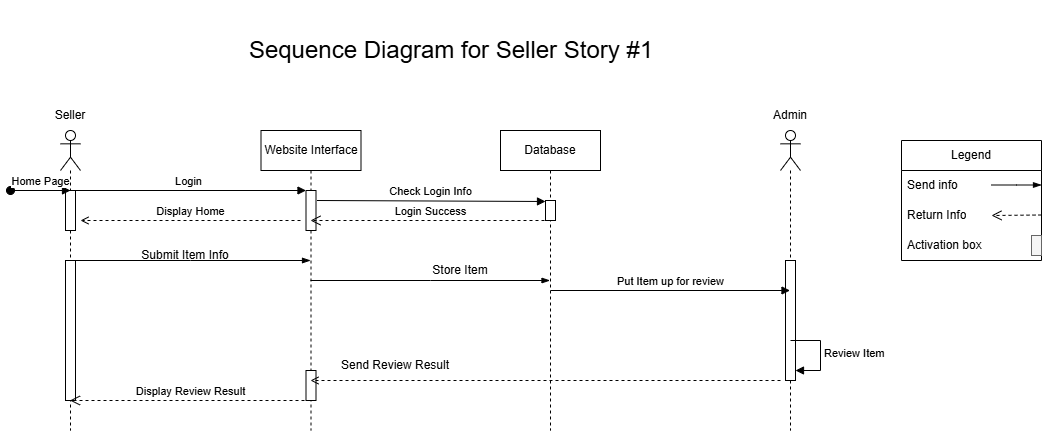
Earlier version of the draw.io export Diagrams/Seller1Sequence.png (Njscott03/IntroSE2025). Source tidied: cells renumbered, new cells last; positions are measured from the earlier drawing's top-left corner, leaving out a move shared by most shapes. Its diagram source:
```xml
<mxGraphModel>
  <root>
    <mxCell id="0" />
    <mxCell id="1" parent="0" />
    <mxCell id="2" style="shape=umlLifeline;perimeter=lifelinePerimeter;whiteSpace=wrap;html=1;outlineConnect=0;portConstraint=eastwest;newEdgeStyle={&quot;curved&quot;:0,&quot;rounded&quot;:0};participant=umlActor;" parent="1" vertex="1">
      <mxGeometry x="50" y="130" width="20" height="300" as="geometry" />
    </mxCell>
    <mxCell id="3" style="html=1;perimeter=orthogonalPerimeter;targetShapes=umlLifeline;newEdgeStyle={&quot;curved&quot;:0,&quot;rounded&quot;:0};" parent="2" vertex="1">
      <mxGeometry x="5" y="60" width="10" height="40" as="geometry" />
    </mxCell>
    <mxCell id="4" style="html=1;perimeter=orthogonalPerimeter;targetShapes=umlLifeline;newEdgeStyle={&quot;curved&quot;:0,&quot;rounded&quot;:0};" parent="2" vertex="1">
      <mxGeometry x="5" y="130" width="10" height="140" as="geometry" />
    </mxCell>
    <mxCell id="5" value="Website Interface" style="shape=umlLifeline;perimeter=lifelinePerimeter;whiteSpace=wrap;html=1;outlineConnect=0;portConstraint=eastwest;newEdgeStyle={&quot;edgeStyle&quot;:&quot;elbowEdgeStyle&quot;,&quot;elbow&quot;:&quot;vertical&quot;,&quot;curved&quot;:0,&quot;rounded&quot;:0};" parent="1" vertex="1">
      <mxGeometry x="250.5" y="130" width="100" height="300" as="geometry" />
    </mxCell>
    <mxCell id="6" style="html=1;perimeter=orthogonalPerimeter;targetShapes=umlLifeline;newEdgeStyle={&quot;curved&quot;:0,&quot;rounded&quot;:0};" parent="5" vertex="1">
      <mxGeometry x="45" y="60" width="10" height="40" as="geometry" />
    </mxCell>
    <mxCell id="7" style="html=1;perimeter=orthogonalPerimeter;targetShapes=umlLifeline;newEdgeStyle={&quot;curved&quot;:0,&quot;rounded&quot;:0};" parent="5" vertex="1">
      <mxGeometry x="45" y="240" width="10" height="30" as="geometry" />
    </mxCell>
    <mxCell id="8" value="Database" style="shape=umlLifeline;perimeter=lifelinePerimeter;whiteSpace=wrap;html=1;outlineConnect=0;portConstraint=eastwest;newEdgeStyle={&quot;edgeStyle&quot;:&quot;elbowEdgeStyle&quot;,&quot;elbow&quot;:&quot;vertical&quot;,&quot;curved&quot;:0,&quot;rounded&quot;:0};" parent="1" vertex="1">
      <mxGeometry x="490" y="130" width="100" height="300" as="geometry" />
    </mxCell>
    <mxCell id="9" style="html=1;perimeter=orthogonalPerimeter;targetShapes=umlLifeline;newEdgeStyle={&quot;curved&quot;:0,&quot;rounded&quot;:0};" parent="8" vertex="1">
      <mxGeometry x="45" y="70" width="10" height="20" as="geometry" />
    </mxCell>
    <mxCell id="10" style="shape=umlLifeline;perimeter=lifelinePerimeter;whiteSpace=wrap;html=1;outlineConnect=0;portConstraint=eastwest;newEdgeStyle={&quot;curved&quot;:0,&quot;rounded&quot;:0};participant=umlActor;" parent="1" vertex="1">
      <mxGeometry x="770" y="130" width="20" height="300" as="geometry" />
    </mxCell>
    <mxCell id="11" style="html=1;perimeter=orthogonalPerimeter;targetShapes=umlLifeline;newEdgeStyle={&quot;curved&quot;:0,&quot;rounded&quot;:0};" parent="10" vertex="1">
      <mxGeometry x="5" y="130" width="10" height="120" as="geometry" />
    </mxCell>
    <mxCell id="12" value="Seller" style="text;html=1;align=center;verticalAlign=middle;whiteSpace=wrap;rounded=0;" parent="1" vertex="1">
      <mxGeometry x="30" y="100" width="60" height="30" as="geometry" />
    </mxCell>
    <mxCell id="13" value="Admin" style="text;html=1;align=center;verticalAlign=middle;whiteSpace=wrap;rounded=0;" parent="1" vertex="1">
      <mxGeometry x="750" y="100" width="60" height="30" as="geometry" />
    </mxCell>
    <mxCell id="14" value="Check Login Info" style="html=1;verticalAlign=bottom;endArrow=block;curved=0;rounded=0;exitX=1.1;exitY=0.467;exitDx=0;exitDy=0;exitPerimeter=0;entryX=0;entryY=0;entryDx=0;entryDy=5;entryPerimeter=0;" parent="1" edge="1">
      <mxGeometry relative="1" as="geometry">
        <mxPoint x="306.5" y="200" as="sourcePoint" />
        <mxPoint x="535" y="201" as="targetPoint" />
      </mxGeometry>
    </mxCell>
    <mxCell id="15" value="Login" style="html=1;verticalAlign=bottom;endArrow=block;curved=0;rounded=0;" parent="1" edge="1" source="2">
      <mxGeometry relative="1" as="geometry">
        <mxPoint x="295.5" y="190" as="targetPoint" />
      </mxGeometry>
    </mxCell>
    <mxCell id="16" value="Display Home" style="html=1;verticalAlign=bottom;endArrow=open;dashed=1;curved=0;rounded=0;" parent="1" edge="1">
      <mxGeometry relative="1" as="geometry">
        <mxPoint x="290" y="220" as="sourcePoint" />
        <mxPoint x="70" y="220" as="targetPoint" />
      </mxGeometry>
    </mxCell>
    <mxCell id="17" value="Login Success" style="html=1;verticalAlign=bottom;endArrow=open;dashed=1;endSize=8;curved=0;rounded=0;" parent="1" edge="1" target="5">
      <mxGeometry relative="1" as="geometry">
        <mxPoint x="540" y="220" as="sourcePoint" />
      </mxGeometry>
    </mxCell>
    <mxCell id="18" style="edgeStyle=elbowEdgeStyle;fontSize=12;html=1;endArrow=blockThin;endFill=1;rounded=0;" parent="1" edge="1">
      <mxGeometry relative="1" as="geometry">
        <mxPoint x="60" y="260" as="sourcePoint" />
        <mxPoint x="300" y="260" as="targetPoint" />
      </mxGeometry>
    </mxCell>
    <mxCell id="19" value="Review Item" style="html=1;align=left;spacingLeft=2;endArrow=block;rounded=0;edgeStyle=orthogonalEdgeStyle;curved=0;rounded=0;" parent="1" edge="1">
      <mxGeometry relative="1" as="geometry">
        <mxPoint x="780" y="340" as="sourcePoint" />
        <mxPoint x="785" y="370" as="targetPoint" />
        <Array as="points">
          <mxPoint x="810" y="370" />
        </Array>
      </mxGeometry>
    </mxCell>
    <mxCell id="20" style="endArrow=open;html=1;rounded=0;dashed=1;strokeColor=default;align=center;verticalAlign=bottom;fontFamily=Helvetica;fontSize=11;fontColor=default;labelBackgroundColor=default;curved=0;" parent="1" edge="1" target="5">
      <mxGeometry relative="1" as="geometry">
        <mxPoint x="770" y="380" as="sourcePoint" />
      </mxGeometry>
    </mxCell>
    <mxCell id="21" value="Send Review Result" style="text;html=1;align=center;verticalAlign=middle;whiteSpace=wrap;rounded=0;" parent="1" vertex="1">
      <mxGeometry x="320" y="350" width="130" height="30" as="geometry" />
    </mxCell>
    <mxCell id="22" value="Display Review Result" style="html=1;verticalAlign=bottom;endArrow=open;dashed=1;endSize=8;curved=0;rounded=0;" parent="1" edge="1" target="2">
      <mxGeometry relative="1" as="geometry">
        <mxPoint x="300" y="400" as="sourcePoint" />
      </mxGeometry>
    </mxCell>
    <mxCell id="23" value="&lt;font style=&quot;font-size: 24px;&quot;&gt;Sequence Diagram for Seller Story #1&lt;/font&gt;" style="text;html=1;align=center;verticalAlign=middle;whiteSpace=wrap;rounded=0;" parent="1" vertex="1">
      <mxGeometry x="190.5" width="499.5" height="100" as="geometry" />
    </mxCell>
    <mxCell id="24" value="Legend" style="swimlane;fontStyle=0;horizontal=1;startSize=30;whiteSpace=wrap;html=1;" parent="1" vertex="1">
      <mxGeometry x="891" y="140" width="140" height="120" as="geometry" />
    </mxCell>
    <mxCell id="25" value="Send info" style="text;strokeColor=none;fillColor=none;align=left;verticalAlign=middle;spacingLeft=4;spacingRight=4;overflow=hidden;whiteSpace=wrap;html=1;" parent="24" vertex="1">
      <mxGeometry y="30" width="140" height="30" as="geometry" />
    </mxCell>
    <mxCell id="26" style="edgeStyle=elbowEdgeStyle;fontSize=12;html=1;endArrow=blockThin;endFill=1;rounded=0;" parent="24" edge="1">
      <mxGeometry relative="1" as="geometry">
        <mxPoint x="90" y="44.5" as="sourcePoint" />
        <mxPoint x="140" y="44.5" as="targetPoint" />
      </mxGeometry>
    </mxCell>
    <mxCell id="27" value="Return Info" style="text;strokeColor=none;fillColor=none;align=left;verticalAlign=middle;spacingLeft=4;spacingRight=4;overflow=hidden;whiteSpace=wrap;html=1;" parent="24" vertex="1">
      <mxGeometry y="60" width="140" height="30" as="geometry" />
    </mxCell>
    <mxCell id="28" style="html=1;verticalAlign=bottom;endArrow=open;dashed=1;endSize=8;curved=0;rounded=0;" parent="24" edge="1">
      <mxGeometry relative="1" as="geometry">
        <mxPoint x="140" y="74.5" as="sourcePoint" />
        <mxPoint x="90" y="75" as="targetPoint" />
      </mxGeometry>
    </mxCell>
    <mxCell id="29" value="Activation box" style="text;strokeColor=none;fillColor=none;align=left;verticalAlign=middle;spacingLeft=4;spacingRight=4;overflow=hidden;whiteSpace=wrap;html=1;" parent="24" vertex="1">
      <mxGeometry y="90" width="140" height="30" as="geometry" />
    </mxCell>
    <mxCell id="30" style="html=1;perimeter=orthogonalPerimeter;targetShapes=umlLifeline;newEdgeStyle={&quot;curved&quot;:0,&quot;rounded&quot;:0};fillColor=#f5f5f5;fontColor=#333333;strokeColor=#666666;" parent="1" vertex="1">
      <mxGeometry x="1021" y="235" width="10" height="20" as="geometry" />
    </mxCell>
    <mxCell id="31" value="Submit Item Info" style="text;html=1;align=center;verticalAlign=middle;whiteSpace=wrap;rounded=0;" parent="1" vertex="1">
      <mxGeometry x="120" y="250" width="110" height="10" as="geometry" />
    </mxCell>
    <mxCell id="32" style="edgeStyle=elbowEdgeStyle;fontSize=12;html=1;endArrow=blockThin;endFill=1;rounded=0;" parent="1" edge="1" source="5" target="8">
      <mxGeometry relative="1" as="geometry" />
    </mxCell>
    <mxCell id="33" value="Store Item" style="text;html=1;align=center;verticalAlign=middle;whiteSpace=wrap;rounded=0;" parent="1" vertex="1">
      <mxGeometry x="390" y="260" width="120" height="20" as="geometry" />
    </mxCell>
    <mxCell id="34" value="Put Item up for review" style="html=1;verticalAlign=bottom;endArrow=block;curved=0;rounded=0;" parent="1" edge="1" target="10">
      <mxGeometry relative="1" as="geometry">
        <mxPoint x="540" y="290" as="sourcePoint" />
      </mxGeometry>
    </mxCell>
    <mxCell id="35" value="Home Page" style="html=1;verticalAlign=bottom;startArrow=oval;startFill=1;endArrow=block;startSize=8;curved=0;rounded=0;" parent="1" edge="1">
      <mxGeometry relative="1" as="geometry">
        <mxPoint y="190" as="sourcePoint" />
        <mxPoint x="60" y="190" as="targetPoint" />
      </mxGeometry>
    </mxCell>
  </root>
</mxGraphModel>
```
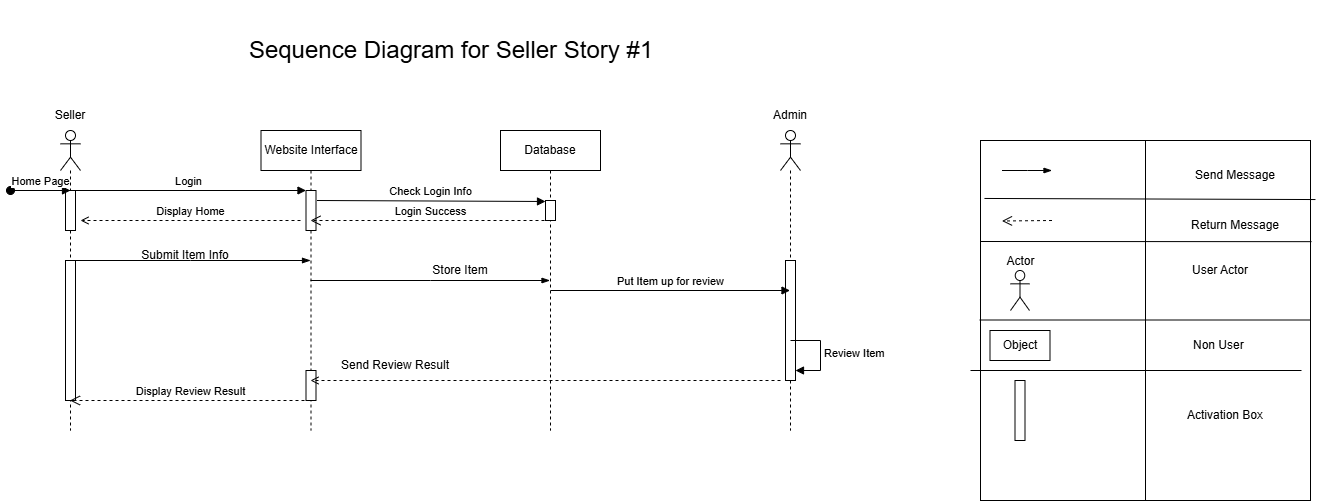
The same file after the commit.

Commit message:
#5: Eddited Sequence and Activity diagrams for Seller Story 1 to have legend.

The edit, as a diff of the source:
```diff
@@ -91,33 +91,6 @@
     <mxCell id="23" value="&lt;font style=&quot;font-size: 24px;&quot;&gt;Sequence Diagram for Seller Story #1&lt;/font&gt;" style="text;html=1;align=center;verticalAlign=middle;whiteSpace=wrap;rounded=0;" parent="1" vertex="1">
       <mxGeometry x="190.5" width="499.5" height="100" as="geometry" />
     </mxCell>
-    <mxCell id="24" value="Legend" style="swimlane;fontStyle=0;horizontal=1;startSize=30;whiteSpace=wrap;html=1;" parent="1" vertex="1">
-      <mxGeometry x="891" y="140" width="140" height="120" as="geometry" />
-    </mxCell>
-    <mxCell id="25" value="Send info" style="text;strokeColor=none;fillColor=none;align=left;verticalAlign=middle;spacingLeft=4;spacingRight=4;overflow=hidden;whiteSpace=wrap;html=1;" parent="24" vertex="1">
-      <mxGeometry y="30" width="140" height="30" as="geometry" />
-    </mxCell>
-    <mxCell id="26" style="edgeStyle=elbowEdgeStyle;fontSize=12;html=1;endArrow=blockThin;endFill=1;rounded=0;" parent="24" edge="1">
-      <mxGeometry relative="1" as="geometry">
-        <mxPoint x="90" y="44.5" as="sourcePoint" />
-        <mxPoint x="140" y="44.5" as="targetPoint" />
-      </mxGeometry>
-    </mxCell>
-    <mxCell id="27" value="Return Info" style="text;strokeColor=none;fillColor=none;align=left;verticalAlign=middle;spacingLeft=4;spacingRight=4;overflow=hidden;whiteSpace=wrap;html=1;" parent="24" vertex="1">
-      <mxGeometry y="60" width="140" height="30" as="geometry" />
-    </mxCell>
-    <mxCell id="28" style="html=1;verticalAlign=bottom;endArrow=open;dashed=1;endSize=8;curved=0;rounded=0;" parent="24" edge="1">
-      <mxGeometry relative="1" as="geometry">
-        <mxPoint x="140" y="74.5" as="sourcePoint" />
-        <mxPoint x="90" y="75" as="targetPoint" />
-      </mxGeometry>
-    </mxCell>
-    <mxCell id="29" value="Activation box" style="text;strokeColor=none;fillColor=none;align=left;verticalAlign=middle;spacingLeft=4;spacingRight=4;overflow=hidden;whiteSpace=wrap;html=1;" parent="24" vertex="1">
-      <mxGeometry y="90" width="140" height="30" as="geometry" />
-    </mxCell>
-    <mxCell id="30" style="html=1;perimeter=orthogonalPerimeter;targetShapes=umlLifeline;newEdgeStyle={&quot;curved&quot;:0,&quot;rounded&quot;:0};fillColor=#f5f5f5;fontColor=#333333;strokeColor=#666666;" parent="1" vertex="1">
-      <mxGeometry x="1021" y="235" width="10" height="20" as="geometry" />
-    </mxCell>
     <mxCell id="31" value="Submit Item Info" style="text;html=1;align=center;verticalAlign=middle;whiteSpace=wrap;rounded=0;" parent="1" vertex="1">
       <mxGeometry x="120" y="250" width="110" height="10" as="geometry" />
     </mxCell>
@@ -138,5 +111,67 @@
         <mxPoint x="60" y="190" as="targetPoint" />
       </mxGeometry>
     </mxCell>
+    <mxCell id="36" style="rounded=0;whiteSpace=wrap;html=1;" parent="1" vertex="1">
+      <mxGeometry x="970" y="140" width="330" height="360" as="geometry" />
+    </mxCell>
+    <mxCell id="26" style="edgeStyle=elbowEdgeStyle;fontSize=12;html=1;endArrow=blockThin;endFill=1;rounded=0;" parent="1" edge="1">
+      <mxGeometry relative="1" as="geometry">
+        <mxPoint x="991.5" y="170" as="sourcePoint" />
+        <mxPoint x="1041.5" y="170" as="targetPoint" />
+      </mxGeometry>
+    </mxCell>
+    <mxCell id="37" value="Send Message" style="text;html=1;align=center;verticalAlign=middle;whiteSpace=wrap;rounded=0;" parent="1" vertex="1">
+      <mxGeometry x="1180" y="160" width="90" height="30" as="geometry" />
+    </mxCell>
+    <mxCell id="38" style="html=1;verticalAlign=bottom;endArrow=open;dashed=1;endSize=8;curved=0;rounded=0;" parent="1" edge="1">
+      <mxGeometry relative="1" as="geometry">
+        <mxPoint x="1041.5" y="220" as="sourcePoint" />
+        <mxPoint x="991.5" y="220.5" as="targetPoint" />
+      </mxGeometry>
+    </mxCell>
+    <mxCell id="39" value="Return Message" style="text;html=1;align=center;verticalAlign=middle;whiteSpace=wrap;rounded=0;" parent="1" vertex="1">
+      <mxGeometry x="1170" y="210" width="110" height="30" as="geometry" />
+    </mxCell>
+    <mxCell id="40" value="Actor" style="shape=umlActor;verticalLabelPosition=top;verticalAlign=bottom;html=1;labelPosition=center;align=center;" parent="1" vertex="1">
+      <mxGeometry x="1000" y="270" width="19" height="40" as="geometry" />
+    </mxCell>
+    <mxCell id="41" value="User Actor" style="text;html=1;align=center;verticalAlign=middle;whiteSpace=wrap;rounded=0;" parent="1" vertex="1">
+      <mxGeometry x="1180" y="255" width="60" height="30" as="geometry" />
+    </mxCell>
+    <mxCell id="42" value="Object" style="rounded=0;whiteSpace=wrap;html=1;" parent="1" vertex="1">
+      <mxGeometry x="979.5" y="330" width="60" height="30" as="geometry" />
+    </mxCell>
+    <mxCell id="43" value="Non User&amp;nbsp;" style="text;html=1;align=center;verticalAlign=middle;whiteSpace=wrap;rounded=0;" parent="1" vertex="1">
+      <mxGeometry x="1180" y="330" width="60" height="30" as="geometry" />
+    </mxCell>
+    <mxCell id="44" style="html=1;perimeter=orthogonalPerimeter;targetShapes=umlLifeline;newEdgeStyle={&quot;curved&quot;:0,&quot;rounded&quot;:0};" parent="1" vertex="1">
+      <mxGeometry x="1004.5" y="380" width="10" height="60" as="geometry" />
+    </mxCell>
+    <mxCell id="45" value="Activation Box" style="text;html=1;align=center;verticalAlign=middle;whiteSpace=wrap;rounded=0;" parent="1" vertex="1">
+      <mxGeometry x="1170" y="400" width="90" height="30" as="geometry" />
+    </mxCell>
+    <mxCell id="46" style="endArrow=none;html=1;rounded=0;exitX=0.5;exitY=1;exitDx=0;exitDy=0;entryX=0.5;entryY=0;entryDx=0;entryDy=0;" parent="1" edge="1" source="36" target="36">
+      <mxGeometry relative="1" as="geometry" />
+    </mxCell>
+    <mxCell id="47" style="endArrow=none;html=1;rounded=0;exitX=0.012;exitY=0.161;exitDx=0;exitDy=0;exitPerimeter=0;entryX=1.015;entryY=0.164;entryDx=0;entryDy=0;entryPerimeter=0;" parent="1" edge="1" source="36" target="36">
+      <mxGeometry relative="1" as="geometry" />
+    </mxCell>
+    <mxCell id="48" style="endArrow=none;html=1;rounded=0;entryX=1.003;entryY=0.281;entryDx=0;entryDy=0;entryPerimeter=0;" parent="1" edge="1" target="36">
+      <mxGeometry relative="1" as="geometry">
+        <mxPoint x="970" y="241" as="sourcePoint" />
+      </mxGeometry>
+    </mxCell>
+    <mxCell id="49" style="endArrow=none;html=1;rounded=0;entryX=1.003;entryY=0.281;entryDx=0;entryDy=0;entryPerimeter=0;" parent="1" edge="1">
+      <mxGeometry relative="1" as="geometry">
+        <mxPoint x="969" y="319.5" as="sourcePoint" />
+        <mxPoint x="1300" y="319.5" as="targetPoint" />
+      </mxGeometry>
+    </mxCell>
+    <mxCell id="50" style="endArrow=none;html=1;rounded=0;entryX=1.003;entryY=0.281;entryDx=0;entryDy=0;entryPerimeter=0;" parent="1" edge="1">
+      <mxGeometry relative="1" as="geometry">
+        <mxPoint x="960" y="370" as="sourcePoint" />
+        <mxPoint x="1291" y="370" as="targetPoint" />
+      </mxGeometry>
+    </mxCell>
   </root>
 </mxGraphModel>
```
